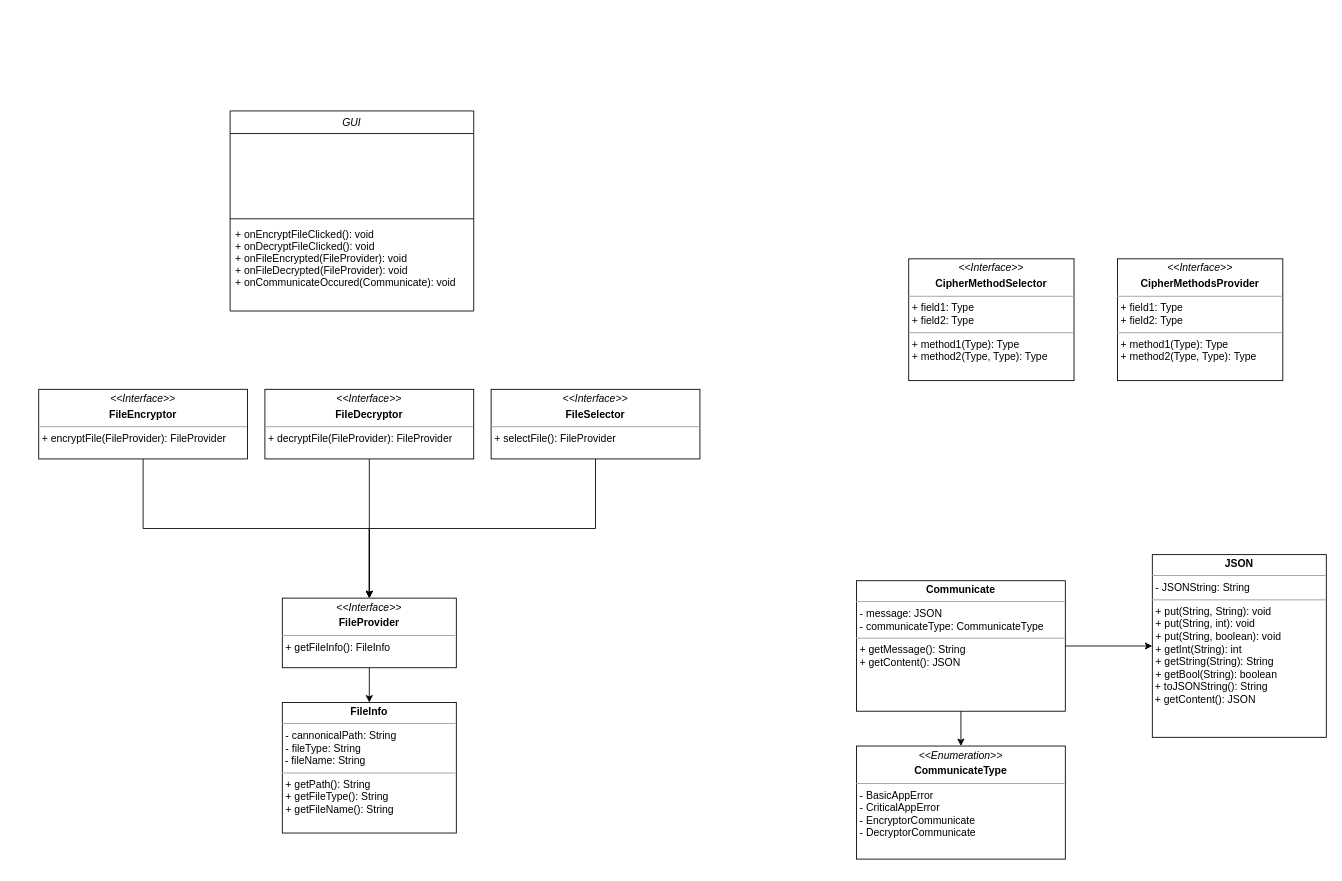
The draw.io diagram Diagrams/Classes/Classes.drawio in Sladamos/QualifiedElectronicSignature, before the edit. Source tidied: cells renumbered, new cells numbered last; positions are measured from the earlier drawing's top-left corner, leaving out a move shared by most shapes. Both pictures are drawn from the tidied source at 87%, with x=0, y=0 at pixel (38, 110).
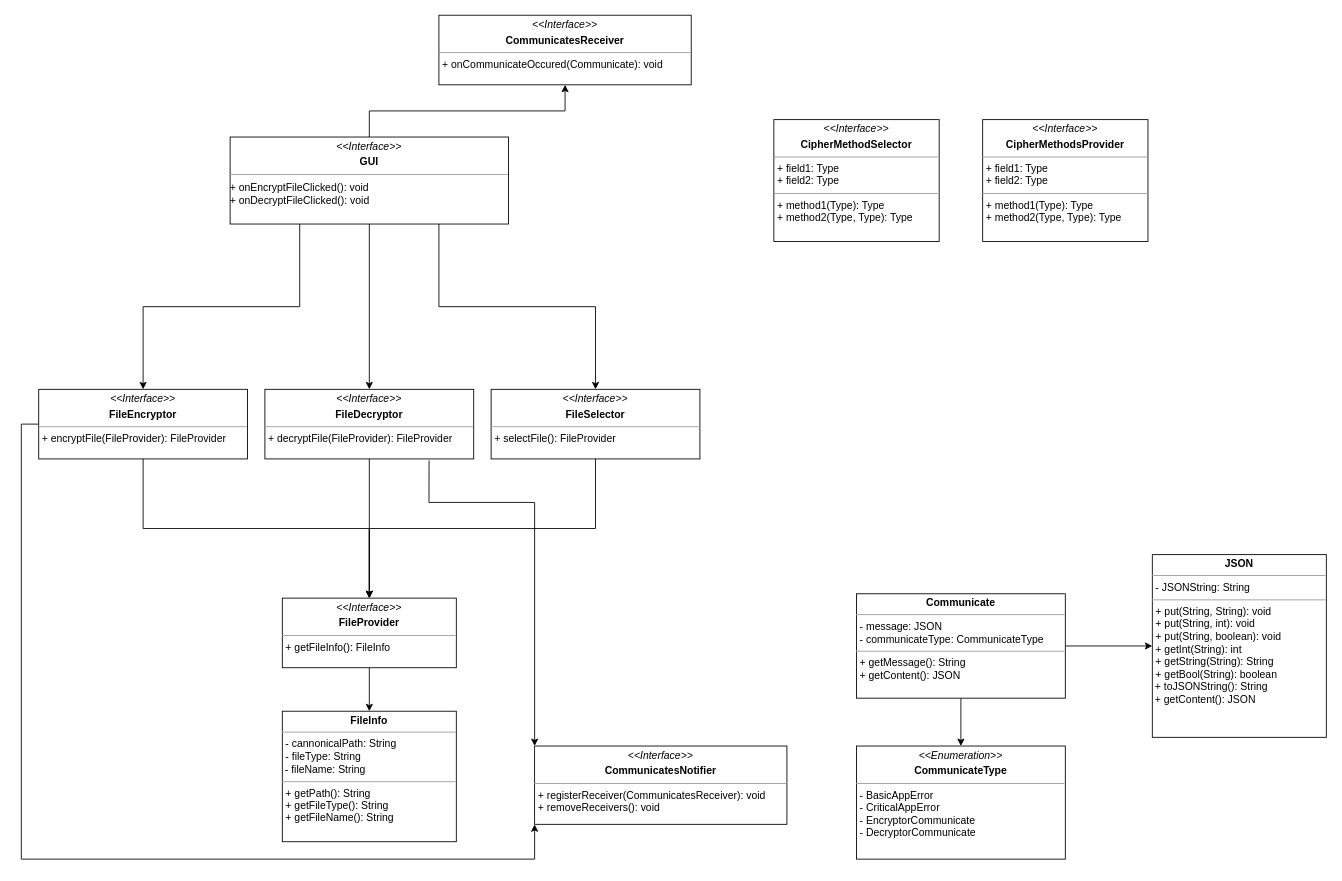
Above is the later version.

Commit message:
Encrypt and decrypt finished without cipher method selector

The change refers to these unchanged cells:
```xml
<mxCell id="7" value="&lt;p style=&quot;margin:0px;margin-top:4px;text-align:center;&quot;&gt;&lt;i&gt;&amp;lt;&amp;lt;Interface&amp;gt;&amp;gt;&lt;/i&gt;&lt;b&gt;&lt;br&gt;&lt;/b&gt;&lt;/p&gt;&lt;p style=&quot;margin:0px;margin-top:4px;text-align:center;&quot;&gt;&lt;b&gt;FileSelector&lt;/b&gt;&lt;br&gt;&lt;/p&gt;&lt;hr size=&quot;1&quot;&gt;&lt;p style=&quot;margin:0px;margin-left:4px;&quot;&gt;+ selectFile(): FileProvider&lt;/p&gt;" style="verticalAlign=top;align=left;overflow=fill;html=1;whiteSpace=wrap;" parent="1" vertex="1">
  <mxGeometry x="520" y="320" width="240" height="80" as="geometry" />
</mxCell>
<mxCell id="9" value="&lt;p style=&quot;margin:0px;margin-top:4px;text-align:center;&quot;&gt;&lt;i&gt;&amp;lt;&amp;lt;Interface&amp;gt;&amp;gt;&lt;/i&gt;&lt;b&gt;&lt;br&gt;&lt;/b&gt;&lt;/p&gt;&lt;p style=&quot;margin:0px;margin-top:4px;text-align:center;&quot;&gt;&lt;b&gt;FileEncryptor&lt;/b&gt;&lt;/p&gt;&lt;hr size=&quot;1&quot;&gt;&lt;p style=&quot;margin:0px;margin-left:4px;&quot;&gt;+ encryptFile(FileProvider): FileProvider&lt;/p&gt;" style="verticalAlign=top;align=left;overflow=fill;html=1;whiteSpace=wrap;" parent="1" vertex="1">
  <mxGeometry y="320" width="240" height="80" as="geometry" />
</mxCell>
<mxCell id="11" value="&lt;p style=&quot;margin:0px;margin-top:4px;text-align:center;&quot;&gt;&lt;i&gt;&amp;lt;&amp;lt;Interface&amp;gt;&amp;gt;&lt;/i&gt;&lt;b&gt;&lt;br&gt;&lt;/b&gt;&lt;/p&gt;&lt;p style=&quot;margin:0px;margin-top:4px;text-align:center;&quot;&gt;&lt;b&gt;FileDecryptor&lt;/b&gt;&lt;/p&gt;&lt;hr size=&quot;1&quot;&gt;&lt;p style=&quot;margin:0px;margin-left:4px;&quot;&gt;+ decryptFile(FileProvider): FileProvider&lt;/p&gt;" style="verticalAlign=top;align=left;overflow=fill;html=1;whiteSpace=wrap;" parent="1" vertex="1">
  <mxGeometry x="260" y="320" width="240" height="80" as="geometry" />
</mxCell>
```

Diff of the diagram source:
```diff
@@
-    <mxCell id="2" value="GUI" style="swimlane;fontStyle=2;align=center;verticalAlign=top;horizontal=1;startSize=26;rounded=0;shadow=0;strokeWidth=1;" parent="1" vertex="1">
-      <mxGeometry x="220" width="280" height="230" as="geometry" />
-    </mxCell>
-    <mxCell id="3" value="&#10;&#10;" style="text;align=left;verticalAlign=top;spacingLeft=4;spacingRight=4;overflow=hidden;" parent="2" vertex="1">
-      <mxGeometry y="26" width="280" height="94" as="geometry" />
-    </mxCell>
-    <mxCell id="4" style="line;html=1;strokeWidth=1;align=left;verticalAlign=middle;spacingTop=-1;spacingLeft=3;spacingRight=3;labelPosition=right;" parent="2" vertex="1">
-      <mxGeometry y="120" width="280" height="8" as="geometry" />
-    </mxCell>
-    <mxCell id="5" value="+ onEncryptFileClicked(): void&#10;+ onDecryptFileClicked(): void&#10;+ onFileEncrypted(FileProvider): void&#10;+ onFileDecrypted(FileProvider): void&#10;+ onCommunicateOccured(Communicate): void" style="text;align=left;verticalAlign=top;spacingLeft=4;spacingRight=4;overflow=hidden;" parent="2" vertex="1">
-      <mxGeometry y="128" width="280" height="102" as="geometry" />
-    </mxCell>
@@
+    <mxCell id="22" style="edgeStyle=orthogonalEdgeStyle;rounded=0;jettySize=auto;html=1;exitX=0;exitY=0.5;exitDx=0;exitDy=0;entryX=0;entryY=1;entryDx=0;entryDy=0;" parent="1" edge="1" source="9" target="25">
+      <mxGeometry relative="1" as="geometry">
+        <Array as="points">
+          <mxPoint x="-20" y="360" />
+          <mxPoint x="-20" y="860" />
+          <mxPoint x="570" y="860" />
+        </Array>
+      </mxGeometry>
+    </mxCell>
@@
+    <mxCell id="23" style="edgeStyle=orthogonalEdgeStyle;rounded=0;jettySize=auto;html=1;exitX=0.786;exitY=1.021;exitDx=0;exitDy=0;entryX=0;entryY=0;entryDx=0;entryDy=0;exitPerimeter=0;" parent="1" edge="1" source="11" target="25">
+      <mxGeometry relative="1" as="geometry">
+        <Array as="points">
+          <mxPoint x="449" y="450" />
+          <mxPoint x="570" y="450" />
+        </Array>
+      </mxGeometry>
+    </mxCell>
@@
     <mxCell id="12" value="&lt;p style=&quot;margin:0px;margin-top:4px;text-align:center;&quot;&gt;&lt;i&gt;&amp;lt;&amp;lt;Interface&amp;gt;&amp;gt;&lt;/i&gt;&lt;b&gt;&lt;br&gt;&lt;/b&gt;&lt;/p&gt;&lt;p style=&quot;margin:0px;margin-top:4px;text-align:center;&quot;&gt;&lt;b&gt;CipherMethodSelector&lt;/b&gt;&lt;br&gt;&lt;/p&gt;&lt;hr size=&quot;1&quot;&gt;&lt;p style=&quot;margin:0px;margin-left:4px;&quot;&gt;+ field1: Type&lt;br&gt;+ field2: Type&lt;/p&gt;&lt;hr size=&quot;1&quot;&gt;&lt;p style=&quot;margin:0px;margin-left:4px;&quot;&gt;+ method1(Type): Type&lt;br&gt;+ method2(Type, Type): Type&lt;/p&gt;" style="verticalAlign=top;align=left;overflow=fill;html=1;whiteSpace=wrap;" parent="1" vertex="1">
-      <mxGeometry x="1000" y="170" width="190" height="140" as="geometry" />
+      <mxGeometry x="845" y="10" width="190" height="140" as="geometry" />
     </mxCell>
@@
     <mxCell id="15" value="&lt;p style=&quot;margin:0px;margin-top:4px;text-align:center;&quot;&gt;&lt;i&gt;&amp;lt;&amp;lt;Interface&amp;gt;&amp;gt;&lt;/i&gt;&lt;b&gt;&lt;br&gt;&lt;/b&gt;&lt;/p&gt;&lt;p style=&quot;margin:0px;margin-top:4px;text-align:center;&quot;&gt;&lt;b&gt;CipherMethodsProvider&lt;/b&gt;&lt;br&gt;&lt;/p&gt;&lt;hr size=&quot;1&quot;&gt;&lt;p style=&quot;margin:0px;margin-left:4px;&quot;&gt;+ field1: Type&lt;br&gt;+ field2: Type&lt;/p&gt;&lt;hr size=&quot;1&quot;&gt;&lt;p style=&quot;margin:0px;margin-left:4px;&quot;&gt;+ method1(Type): Type&lt;br&gt;+ method2(Type, Type): Type&lt;/p&gt;" style="verticalAlign=top;align=left;overflow=fill;html=1;whiteSpace=wrap;" parent="1" vertex="1">
-      <mxGeometry x="1240" y="170" width="190" height="140" as="geometry" />
+      <mxGeometry x="1085" y="10" width="190" height="140" as="geometry" />
     </mxCell>
     <mxCell id="16" value="&lt;p style=&quot;margin:0px;margin-top:4px;text-align:center;&quot;&gt;&lt;b&gt;FileInfo&lt;/b&gt;&lt;/p&gt;&lt;hr size=&quot;1&quot;&gt;&lt;p style=&quot;margin:0px;margin-left:4px;&quot;&gt;- cannonicalPath: String&lt;/p&gt;&lt;p style=&quot;margin:0px;margin-left:4px;&quot;&gt;- fileType: String&lt;br&gt;&lt;/p&gt;&amp;nbsp;- fileName: String&lt;br&gt;&lt;hr size=&quot;1&quot;&gt;&lt;p style=&quot;margin:0px;margin-left:4px;&quot;&gt;+ getPath(): String&lt;/p&gt;&lt;p style=&quot;margin:0px;margin-left:4px;&quot;&gt;+ getFileType(): String&lt;/p&gt;&lt;p style=&quot;margin:0px;margin-left:4px;&quot;&gt;+ getFileName(): String&lt;br&gt;&lt;/p&gt;" style="verticalAlign=top;align=left;overflow=fill;html=1;whiteSpace=wrap;" parent="1" vertex="1">
-      <mxGeometry x="280" y="680" width="200" height="150" as="geometry" />
+      <mxGeometry x="280" y="690" width="200" height="150" as="geometry" />
     </mxCell>
@@
     <mxCell id="19" value="&lt;p style=&quot;margin:0px;margin-top:4px;text-align:center;&quot;&gt;&lt;b&gt;Communicate&lt;/b&gt;&lt;/p&gt;&lt;hr size=&quot;1&quot;&gt;&lt;p style=&quot;margin:0px;margin-left:4px;&quot;&gt;- message: JSON&lt;/p&gt;&lt;p style=&quot;margin:0px;margin-left:4px;&quot;&gt;- communicateType: CommunicateType&lt;br&gt;&lt;/p&gt;&lt;hr size=&quot;1&quot;&gt;&lt;p style=&quot;margin:0px;margin-left:4px;&quot;&gt;+ getMessage(): String&lt;/p&gt;&lt;p style=&quot;margin:0px;margin-left:4px;&quot;&gt;+ getContent(): JSON&lt;br&gt;&lt;/p&gt;" style="verticalAlign=top;align=left;overflow=fill;html=1;whiteSpace=wrap;" parent="1" vertex="1">
-      <mxGeometry x="940" y="540" width="240" height="150" as="geometry" />
+      <mxGeometry x="940" y="555" width="240" height="120" as="geometry" />
     </mxCell>
@@
+    <mxCell id="24" value="&lt;p style=&quot;margin:0px;margin-top:4px;text-align:center;&quot;&gt;&lt;i&gt;&amp;lt;&amp;lt;Interface&amp;gt;&amp;gt;&lt;/i&gt;&lt;b&gt;&lt;br&gt;&lt;/b&gt;&lt;/p&gt;&lt;p style=&quot;margin:0px;margin-top:4px;text-align:center;&quot;&gt;&lt;/p&gt;&lt;p style=&quot;margin:0px;margin-top:4px;text-align:center;&quot;&gt;&lt;b&gt;CommunicatesReceiver&lt;/b&gt;&lt;/p&gt;&lt;hr size=&quot;1&quot;&gt;&lt;p style=&quot;margin:0px;margin-left:4px;&quot;&gt;+ onCommunicateOccured(Communicate): void&lt;/p&gt;" style="verticalAlign=top;align=left;overflow=fill;html=1;whiteSpace=wrap;" parent="1" vertex="1">
+      <mxGeometry x="460" y="-110" width="290" height="80" as="geometry" />
+    </mxCell>
+    <mxCell id="25" value="&lt;p style=&quot;margin:0px;margin-top:4px;text-align:center;&quot;&gt;&lt;i&gt;&amp;lt;&amp;lt;Interface&amp;gt;&amp;gt;&lt;/i&gt;&lt;b&gt;&lt;br&gt;&lt;/b&gt;&lt;/p&gt;&lt;p style=&quot;margin:0px;margin-top:4px;text-align:center;&quot;&gt;&lt;/p&gt;&lt;p style=&quot;margin:0px;margin-top:4px;text-align:center;&quot;&gt;&lt;b&gt;CommunicatesNotifier&lt;/b&gt;&lt;/p&gt;&lt;hr size=&quot;1&quot;&gt;&lt;p style=&quot;margin:0px;margin-left:4px;&quot;&gt;+ registerReceiver(CommunicatesReceiver): void&lt;/p&gt;&lt;p style=&quot;margin:0px;margin-left:4px;&quot;&gt;+ removeReceivers(): void&lt;br&gt;&lt;/p&gt;" style="verticalAlign=top;align=left;overflow=fill;html=1;whiteSpace=wrap;" parent="1" vertex="1">
+      <mxGeometry x="570" y="730" width="290" height="90" as="geometry" />
+    </mxCell>
+    <mxCell id="26" style="edgeStyle=orthogonalEdgeStyle;rounded=0;jettySize=auto;html=1;exitX=0.5;exitY=0;exitDx=0;exitDy=0;" parent="1" edge="1" source="30" target="24">
+      <mxGeometry relative="1" as="geometry" />
+    </mxCell>
+    <mxCell id="27" style="edgeStyle=orthogonalEdgeStyle;rounded=0;jettySize=auto;html=1;exitX=0.75;exitY=1;exitDx=0;exitDy=0;" parent="1" edge="1" source="30" target="7">
+      <mxGeometry relative="1" as="geometry" />
+    </mxCell>
+    <mxCell id="28" style="edgeStyle=orthogonalEdgeStyle;rounded=0;jettySize=auto;html=1;exitX=0.5;exitY=1;exitDx=0;exitDy=0;" parent="1" edge="1" source="30" target="11">
+      <mxGeometry relative="1" as="geometry" />
+    </mxCell>
+    <mxCell id="29" style="edgeStyle=orthogonalEdgeStyle;rounded=0;jettySize=auto;html=1;exitX=0.25;exitY=1;exitDx=0;exitDy=0;entryX=0.5;entryY=0;entryDx=0;entryDy=0;" parent="1" edge="1" source="30" target="9">
+      <mxGeometry relative="1" as="geometry" />
+    </mxCell>
+    <mxCell id="30" value="&lt;p style=&quot;margin:0px;margin-top:4px;text-align:center;&quot;&gt;&lt;i&gt;&amp;lt;&amp;lt;Interface&amp;gt;&amp;gt;&lt;/i&gt;&lt;b&gt;&lt;br&gt;&lt;/b&gt;&lt;/p&gt;&lt;p style=&quot;margin:0px;margin-top:4px;text-align:center;&quot;&gt;&lt;/p&gt;&lt;p style=&quot;margin:0px;margin-top:4px;text-align:center;&quot;&gt;&lt;b&gt;GUI&lt;/b&gt;&lt;br&gt;&lt;/p&gt;&lt;hr size=&quot;1&quot;&gt;&lt;div style=&quot;height:2px;&quot;&gt;&lt;/div&gt;&lt;div style=&quot;height:2px;&quot;&gt;+ onEncryptFileClicked(): void&lt;br&gt;+ onDecryptFileClicked(): void&lt;br&gt;&lt;/div&gt;" style="verticalAlign=top;align=left;overflow=fill;html=1;whiteSpace=wrap;" parent="1" vertex="1">
+      <mxGeometry x="220" y="30" width="320" height="100" as="geometry" />
+    </mxCell>
```
